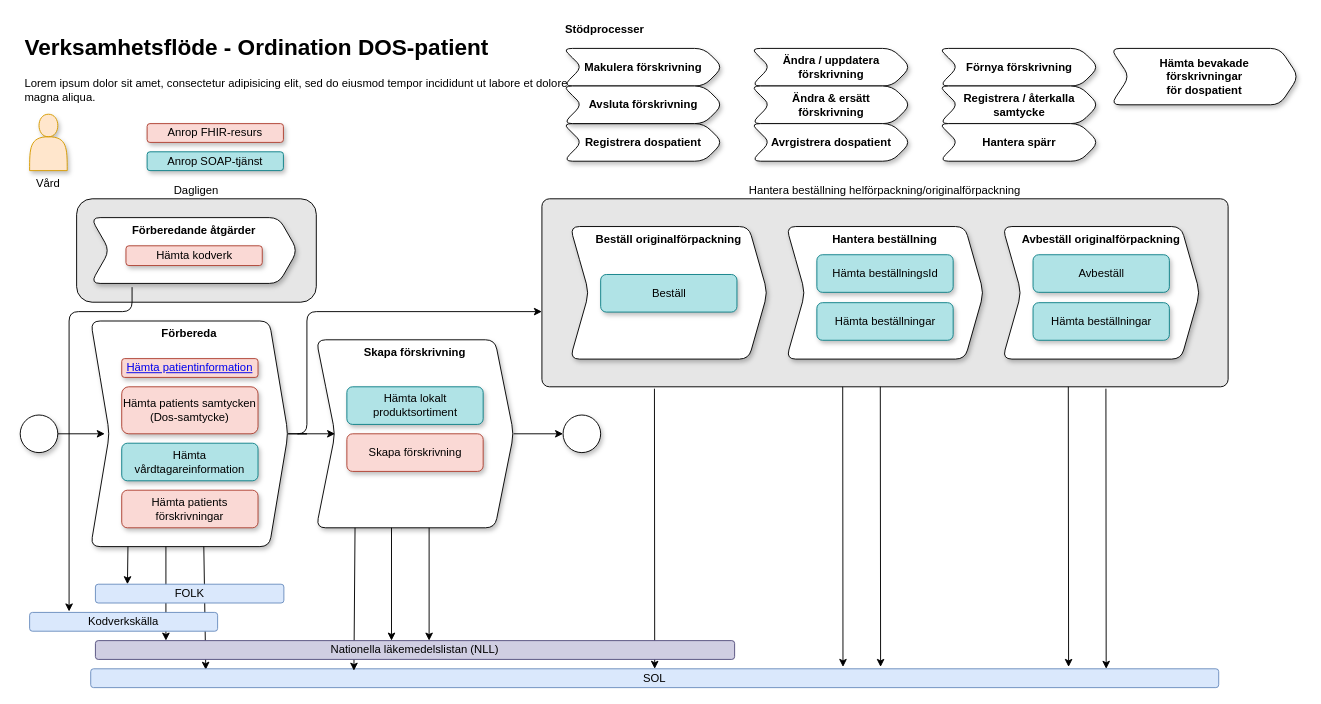
Earlier version of the draw.io diagram ordination.drawio (martin-solberg/verksamhetsfloden). Source tidied: cells renumbered, new cells numbered last; positions are measured from the earlier drawing's top-left corner, leaving out a move shared by most shapes. Both pictures are drawn from the tidied source at 94%, with x=0, y=0 at pixel (20, 20).
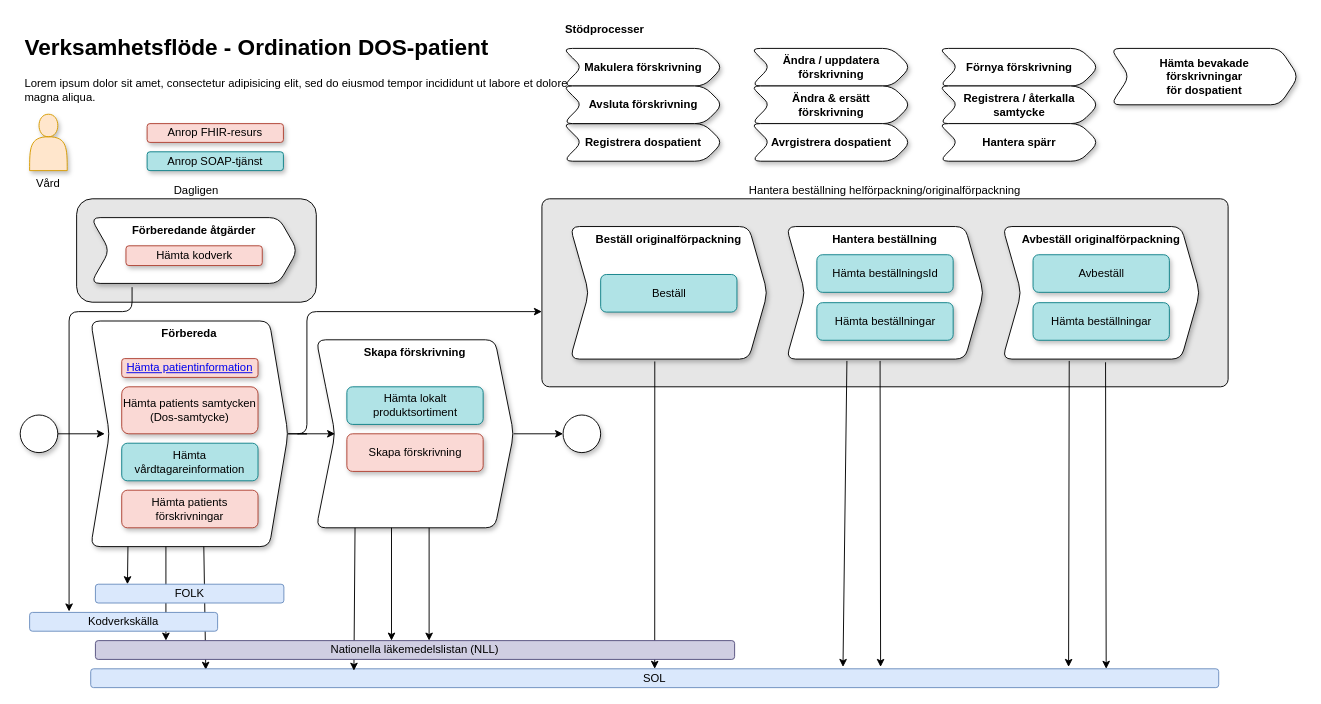
The same diagram, later.

The change refers to these unchanged cells:
```xml
<mxCell id="36" value="Hantera beställning helförpackning/originalförpackning" style="rounded=1;whiteSpace=wrap;html=1;align=center;labelPosition=center;verticalLabelPosition=top;verticalAlign=bottom;fillColor=#E6E6E6;arcSize=4;" parent="1" vertex="1">
  <mxGeometry x="555" y="190" width="730" height="200" as="geometry" />
</mxCell>
<mxCell id="37" value="Beställ originalförpackning" style="shape=step;perimeter=stepPerimeter;whiteSpace=wrap;html=1;fixedSize=1;rounded=1;shadow=1;fontStyle=1;horizontal=1;verticalAlign=top;" parent="1" vertex="1">
  <mxGeometry x="585" y="219.5" width="210" height="141" as="geometry" />
</mxCell>
<mxCell id="39" value="Hantera beställning" style="shape=step;perimeter=stepPerimeter;whiteSpace=wrap;html=1;fixedSize=1;rounded=1;shadow=1;fontStyle=1;horizontal=1;verticalAlign=top;" parent="1" vertex="1">
  <mxGeometry x="815" y="219.5" width="210" height="141" as="geometry" />
</mxCell>
<mxCell id="42" value="Avbeställ originalförpackning" style="shape=step;perimeter=stepPerimeter;whiteSpace=wrap;html=1;fixedSize=1;rounded=1;shadow=1;fontStyle=1;horizontal=1;verticalAlign=top;" parent="1" vertex="1">
  <mxGeometry x="1045" y="219.5" width="210" height="141" as="geometry" />
</mxCell>
```

Change to the diagram source:
```diff
@@
-    <mxCell id="47" style="endArrow=classic;html=1;horizontal=0;labelPosition=right;verticalLabelPosition=middle;align=left;verticalAlign=middle;entryX=0.27;entryY=0.1;entryDx=0;entryDy=0;entryPerimeter=0;exitX=0.164;exitY=1.01;exitDx=0;exitDy=0;exitPerimeter=0;" parent="1" edge="1" source="36">
+    <mxCell id="47" style="endArrow=classic;html=1;horizontal=0;labelPosition=right;verticalLabelPosition=middle;align=left;verticalAlign=middle;entryX=0.27;entryY=0.1;entryDx=0;entryDy=0;entryPerimeter=0;exitX=0.429;exitY=1.018;exitDx=0;exitDy=0;exitPerimeter=0;" parent="1" edge="1" source="37">
       <mxGeometry x="0.94" relative="1" as="geometry">
         <mxPoint x="675" y="690" as="targetPoint" />
       </mxGeometry>
     </mxCell>
-    <mxCell id="48" style="endArrow=classic;html=1;horizontal=0;labelPosition=right;verticalLabelPosition=middle;align=left;verticalAlign=middle;entryX=0.27;entryY=0.1;entryDx=0;entryDy=0;entryPerimeter=0;exitX=0.164;exitY=1.01;exitDx=0;exitDy=0;exitPerimeter=0;" parent="1" edge="1">
+    <mxCell id="48" style="endArrow=classic;html=1;horizontal=0;labelPosition=right;verticalLabelPosition=middle;align=left;verticalAlign=middle;entryX=0.27;entryY=0.1;entryDx=0;entryDy=0;entryPerimeter=0;exitX=0.307;exitY=1.014;exitDx=0;exitDy=0;exitPerimeter=0;" parent="1" edge="1" source="39">
       <mxGeometry x="0.94" relative="1" as="geometry">
-        <mxPoint x="875" y="390" as="sourcePoint" />
         <mxPoint x="875.3" y="688" as="targetPoint" />
       </mxGeometry>
     </mxCell>
-    <mxCell id="49" style="endArrow=classic;html=1;horizontal=0;labelPosition=right;verticalLabelPosition=middle;align=left;verticalAlign=middle;entryX=0.27;entryY=0.1;entryDx=0;entryDy=0;entryPerimeter=0;exitX=0.164;exitY=1.01;exitDx=0;exitDy=0;exitPerimeter=0;" parent="1" edge="1">
+    <mxCell id="49" style="endArrow=classic;html=1;horizontal=0;labelPosition=right;verticalLabelPosition=middle;align=left;verticalAlign=middle;entryX=0.27;entryY=0.1;entryDx=0;entryDy=0;entryPerimeter=0;exitX=0.475;exitY=1.014;exitDx=0;exitDy=0;exitPerimeter=0;" parent="1" edge="1" source="39">
       <mxGeometry x="0.94" relative="1" as="geometry">
-        <mxPoint x="915" y="390" as="sourcePoint" />
         <mxPoint x="915.3" y="688" as="targetPoint" />
       </mxGeometry>
     </mxCell>
-    <mxCell id="50" style="endArrow=classic;html=1;horizontal=0;labelPosition=right;verticalLabelPosition=middle;align=left;verticalAlign=middle;entryX=0.27;entryY=0.1;entryDx=0;entryDy=0;entryPerimeter=0;exitX=0.164;exitY=1.01;exitDx=0;exitDy=0;exitPerimeter=0;" parent="1" edge="1">
+    <mxCell id="50" style="endArrow=classic;html=1;horizontal=0;labelPosition=right;verticalLabelPosition=middle;align=left;verticalAlign=middle;entryX=0.27;entryY=0.1;entryDx=0;entryDy=0;entryPerimeter=0;exitX=0.338;exitY=1.014;exitDx=0;exitDy=0;exitPerimeter=0;" parent="1" edge="1" source="42">
       <mxGeometry x="0.94" relative="1" as="geometry">
-        <mxPoint x="1115" y="390" as="sourcePoint" />
         <mxPoint x="1115.3" y="688" as="targetPoint" />
       </mxGeometry>
     </mxCell>
-    <mxCell id="51" style="endArrow=classic;html=1;horizontal=0;labelPosition=right;verticalLabelPosition=middle;align=left;verticalAlign=middle;entryX=0.27;entryY=0.1;entryDx=0;entryDy=0;entryPerimeter=0;exitX=0.164;exitY=1.01;exitDx=0;exitDy=0;exitPerimeter=0;" parent="1" edge="1">
+    <mxCell id="51" style="endArrow=classic;html=1;horizontal=0;labelPosition=right;verticalLabelPosition=middle;align=left;verticalAlign=middle;entryX=0.27;entryY=0.1;entryDx=0;entryDy=0;entryPerimeter=0;exitX=0.522;exitY=1.024;exitDx=0;exitDy=0;exitPerimeter=0;" parent="1" edge="1" source="42">
       <mxGeometry x="0.94" relative="1" as="geometry">
-        <mxPoint x="1155" y="392" as="sourcePoint" />
         <mxPoint x="1155.3" y="690" as="targetPoint" />
       </mxGeometry>
     </mxCell>
```
